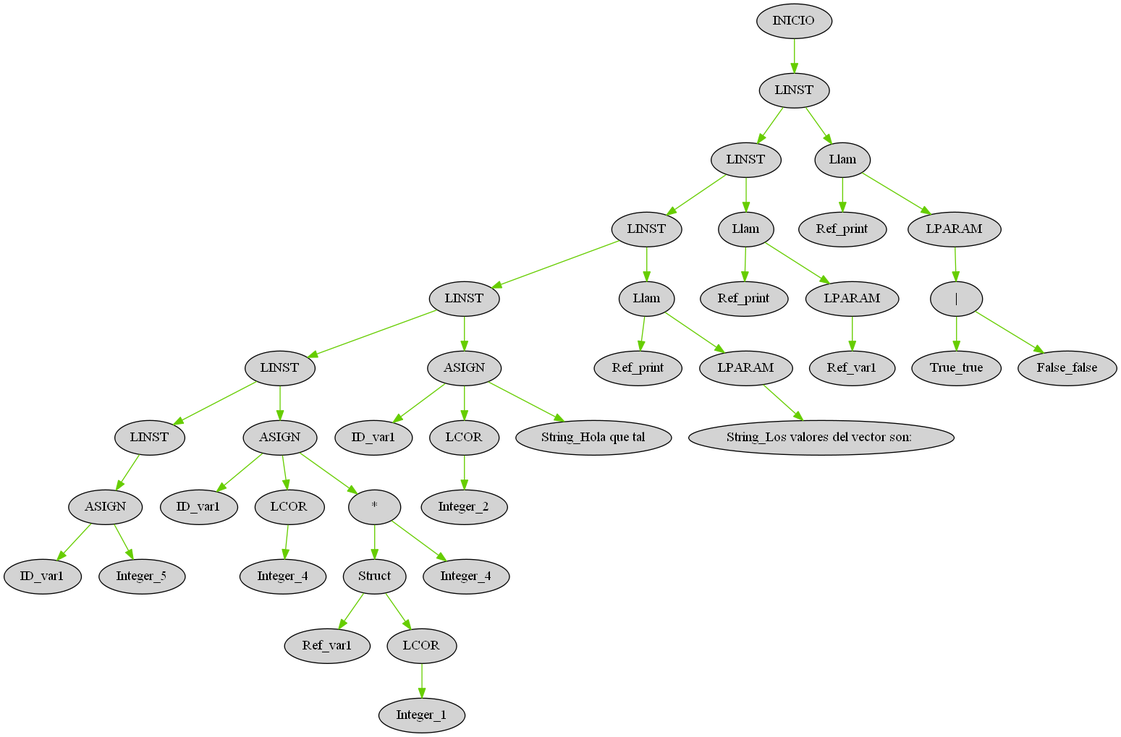
This is OLC2P12020/AST_proyecto.png from ElmerAlay/OLC21P2020, a Graphviz export, as it was before one commit. Its source is kept beside it as OLC2P12020/AST_proyecto.dot.
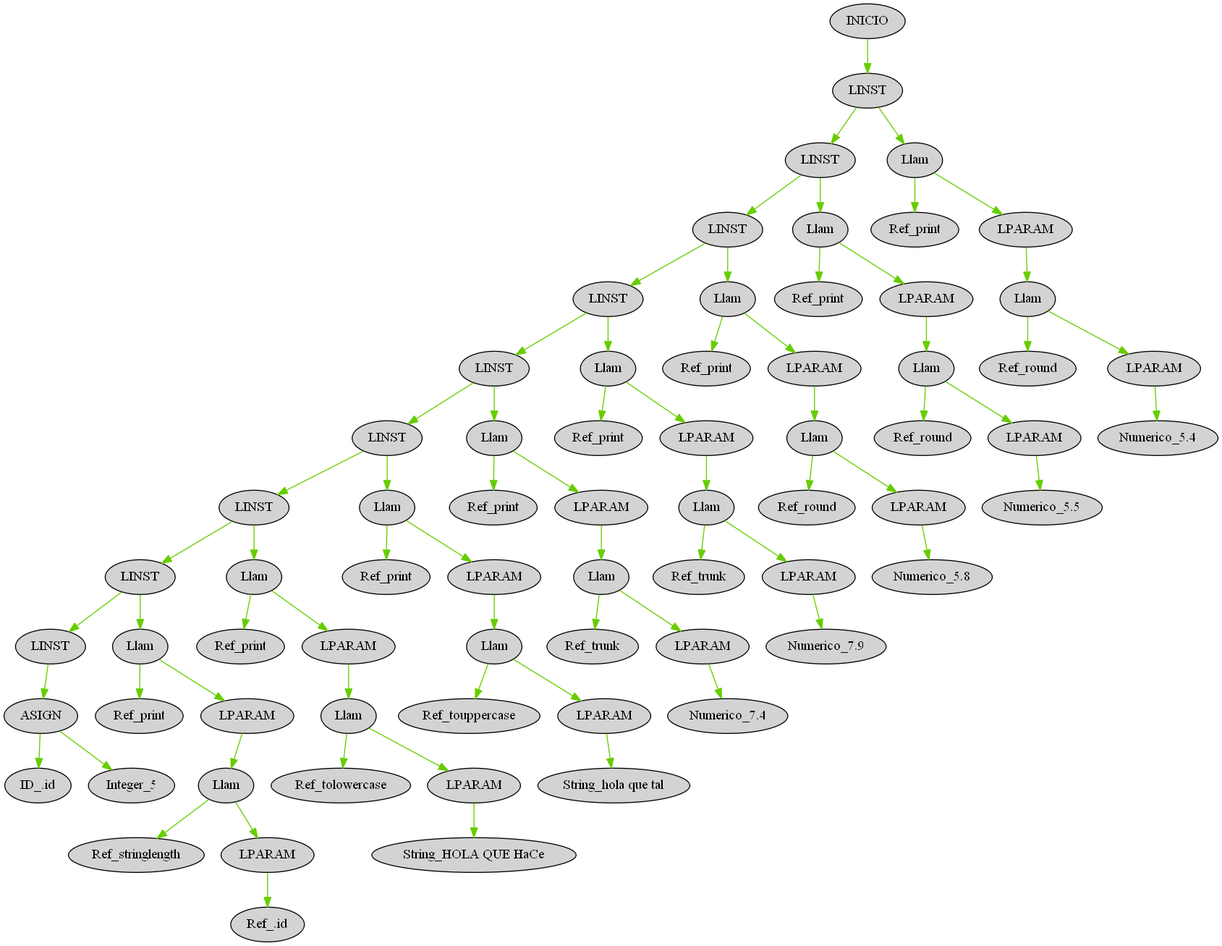
The same file after the commit.

Change to the diagram source:
```diff
@@ -1,101 +1,167 @@
 digraph G { node[shape=oval, style=filled, collor=coral]; edge[color=chartreuse3]; rankdir=UD
 
-"129" [label="INICIO"]
+"137" [label="INICIO"]
+"136" [label="LINST"]
+"137" -> "136"
+"136" [label="LINST"]
 "128" [label="LINST"]
-"129" -> "128"
+"136" -> "128"
 "128" [label="LINST"]
-"121" [label="LINST"]
-"128" -> "121"
-"121" [label="LINST"]
-"116" [label="LINST"]
-"121" -> "116"
-"116" [label="LINST"]
-"111" [label="LINST"]
-"116" -> "111"
-"111" [label="LINST"]
-"105" [label="LINST"]
-"111" -> "105"
-"105" [label="LINST"]
-"94" [label="LINST"]
-"105" -> "94"
-"94" [label="LINST"]
-"93" [label="ASIGN"]
-"94" -> "93"
-"93" [label="ASIGN"]
-"92" [label="ID_var1"]
+"120" [label="LINST"]
+"128" -> "120"
+"120" [label="LINST"]
+"112" [label="LINST"]
+"120" -> "112"
+"112" [label="LINST"]
+"104" [label="LINST"]
+"112" -> "104"
+"104" [label="LINST"]
+"96" [label="LINST"]
+"104" -> "96"
+"96" [label="LINST"]
+"88" [label="LINST"]
+"96" -> "88"
+"88" [label="LINST"]
+"80" [label="LINST"]
+"88" -> "80"
+"80" [label="LINST"]
+"72" [label="LINST"]
+"80" -> "72"
+"72" [label="LINST"]
+"71" [label="ASIGN"]
+"72" -> "71"
+"71" [label="ASIGN"]
+"70" [label="ID_.id"]
+"71" -> "70"
+"71" [label="ASIGN"]
+"69" [label="Integer_5"]
+"71" -> "69"
+"80" [label="LINST"]
+"79" [label="Llam"]
+"80" -> "79"
+"79" [label="Llam"]
+"78" [label="Ref_print"]
+"79" -> "78"
+"79" [label="Llam"]
+"77" [label="LPARAM"]
+"79" -> "77"
+"77" [label="LPARAM"]
+"76" [label="Llam"]
+"77" -> "76"
+"76" [label="Llam"]
+"75" [label="Ref_stringlength"]
+"76" -> "75"
+"76" [label="Llam"]
+"74" [label="LPARAM"]
+"76" -> "74"
+"74" [label="LPARAM"]
+"73" [label="Ref_.id"]
+"74" -> "73"
+"88" [label="LINST"]
+"87" [label="Llam"]
+"88" -> "87"
+"87" [label="Llam"]
+"86" [label="Ref_print"]
+"87" -> "86"
+"87" [label="Llam"]
+"85" [label="LPARAM"]
+"87" -> "85"
+"85" [label="LPARAM"]
+"84" [label="Llam"]
+"85" -> "84"
+"84" [label="Llam"]
+"83" [label="Ref_tolowercase"]
+"84" -> "83"
+"84" [label="Llam"]
+"82" [label="LPARAM"]
+"84" -> "82"
+"82" [label="LPARAM"]
+"81" [label="String_HOLA QUE HaCe"]
+"82" -> "81"
+"96" [label="LINST"]
+"95" [label="Llam"]
+"96" -> "95"
+"95" [label="Llam"]
+"94" [label="Ref_print"]
+"95" -> "94"
+"95" [label="Llam"]
+"93" [label="LPARAM"]
+"95" -> "93"
+"93" [label="LPARAM"]
+"92" [label="Llam"]
 "93" -> "92"
-"93" [label="ASIGN"]
-"91" [label="Integer_5"]
-"93" -> "91"
-"105" [label="LINST"]
-"104" [label="ASIGN"]
-"105" -> "104"
-"104" [label="ASIGN"]
-"103" [label="ID_var1"]
+"92" [label="Llam"]
+"91" [label="Ref_touppercase"]
+"92" -> "91"
+"92" [label="Llam"]
+"90" [label="LPARAM"]
+"92" -> "90"
+"90" [label="LPARAM"]
+"89" [label="String_hola que tal"]
+"90" -> "89"
+"104" [label="LINST"]
+"103" [label="Llam"]
 "104" -> "103"
-"104" [label="ASIGN"]
-"96" [label="LCOR"]
-"104" -> "96"
-"96" [label="LCOR"]
-"95" [label="Integer_4"]
-"96" -> "95"
-"104" [label="ASIGN"]
-"102" [label="*"]
-"104" -> "102"
-"102" [label="*"]
-"100" [label="Struct"]
-"102" -> "100"
-"100" [label="Struct"]
-"99" [label="Ref_var1"]
+"103" [label="Llam"]
+"102" [label="Ref_print"]
+"103" -> "102"
+"103" [label="Llam"]
+"101" [label="LPARAM"]
+"103" -> "101"
+"101" [label="LPARAM"]
+"100" [label="Llam"]
+"101" -> "100"
+"100" [label="Llam"]
+"99" [label="Ref_trunk"]
 "100" -> "99"
-"100" [label="Struct"]
-"98" [label="LCOR"]
+"100" [label="Llam"]
+"98" [label="LPARAM"]
 "100" -> "98"
-"98" [label="LCOR"]
-"97" [label="Integer_1"]
+"98" [label="LPARAM"]
+"97" [label="Numerico_7.4"]
 "98" -> "97"
-"102" [label="*"]
-"101" [label="Integer_4"]
-"102" -> "101"
-"111" [label="LINST"]
-"110" [label="ASIGN"]
+"112" [label="LINST"]
+"111" [label="Llam"]
+"112" -> "111"
+"111" [label="Llam"]
+"110" [label="Ref_print"]
 "111" -> "110"
-"110" [label="ASIGN"]
-"109" [label="ID_var1"]
-"110" -> "109"
-"110" [label="ASIGN"]
-"107" [label="LCOR"]
-"110" -> "107"
-"107" [label="LCOR"]
-"106" [label="Integer_2"]
-"107" -> "106"
-"110" [label="ASIGN"]
-"108" [label="String_Hola que tal"]
-"110" -> "108"
-"116" [label="LINST"]
-"115" [label="Llam"]
+"111" [label="Llam"]
+"109" [label="LPARAM"]
+"111" -> "109"
+"109" [label="LPARAM"]
+"108" [label="Llam"]
+"109" -> "108"
+"108" [label="Llam"]
+"107" [label="Ref_trunk"]
+"108" -> "107"
+"108" [label="Llam"]
+"106" [label="LPARAM"]
+"108" -> "106"
+"106" [label="LPARAM"]
+"105" [label="Numerico_7.9"]
+"106" -> "105"
+"120" [label="LINST"]
+"119" [label="Llam"]
+"120" -> "119"
+"119" [label="Llam"]
+"118" [label="Ref_print"]
+"119" -> "118"
+"119" [label="Llam"]
+"117" [label="LPARAM"]
+"119" -> "117"
+"117" [label="LPARAM"]
+"116" [label="Llam"]
+"117" -> "116"
+"116" [label="Llam"]
+"115" [label="Ref_round"]
 "116" -> "115"
-"115" [label="Llam"]
-"114" [label="Ref_print"]
-"115" -> "114"
-"115" [label="Llam"]
-"113" [label="LPARAM"]
-"115" -> "113"
-"113" [label="LPARAM"]
-"112" [label="String_Los valores del vector son: "]
-"113" -> "112"
-"121" [label="LINST"]
-"120" [label="Llam"]
-"121" -> "120"
-"120" [label="Llam"]
-"119" [label="Ref_print"]
-"120" -> "119"
-"120" [label="Llam"]
-"118" [label="LPARAM"]
-"120" -> "118"
-"118" [label="LPARAM"]
-"117" [label="Ref_var1"]
-"118" -> "117"
+"116" [label="Llam"]
+"114" [label="LPARAM"]
+"116" -> "114"
+"114" [label="LPARAM"]
+"113" [label="Numerico_5.8"]
+"114" -> "113"
 "128" [label="LINST"]
 "127" [label="Llam"]
 "128" -> "127"
@@ -106,13 +172,37 @@
 "125" [label="LPARAM"]
 "127" -> "125"
 "125" [label="LPARAM"]
-"124" [label="|"]
+"124" [label="Llam"]
 "125" -> "124"
-"124" [label="|"]
-"122" [label="True_true"]
+"124" [label="Llam"]
+"123" [label="Ref_round"]
+"124" -> "123"
+"124" [label="Llam"]
+"122" [label="LPARAM"]
 "124" -> "122"
-"124" [label="|"]
-"123" [label="False_false"]
-"124" -> "123"
+"122" [label="LPARAM"]
+"121" [label="Numerico_5.5"]
+"122" -> "121"
+"136" [label="LINST"]
+"135" [label="Llam"]
+"136" -> "135"
+"135" [label="Llam"]
+"134" [label="Ref_print"]
+"135" -> "134"
+"135" [label="Llam"]
+"133" [label="LPARAM"]
+"135" -> "133"
+"133" [label="LPARAM"]
+"132" [label="Llam"]
+"133" -> "132"
+"132" [label="Llam"]
+"131" [label="Ref_round"]
+"132" -> "131"
+"132" [label="Llam"]
+"130" [label="LPARAM"]
+"132" -> "130"
+"130" [label="LPARAM"]
+"129" [label="Numerico_5.4"]
+"130" -> "129"
 
 }
```
